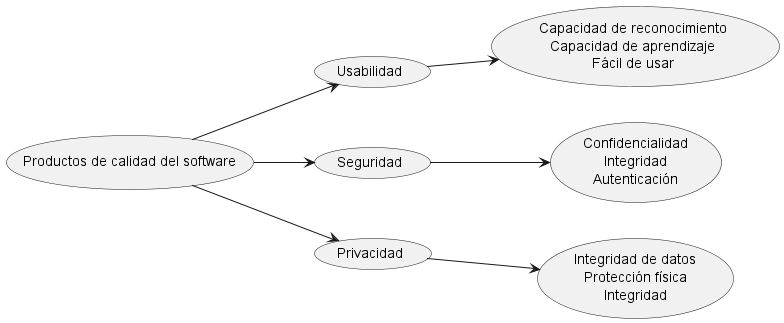
Before: images/Quality tree.png, a diagram exported from PlantUML (Arquisoft/lomap_es5a).
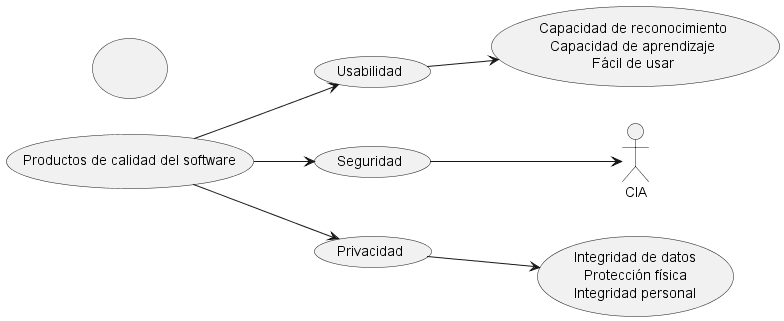
The same diagram one commit later.

Change to the diagram source:
```diff
@@ -5,8 +5,8 @@
 (Seguridad) as (SE)
 (Privacidad) as (PR)
 (Capacidad de reconocimiento\nCapacidad de aprendizaje\nFácil de usar) as (CCF)
-(Confidencialidad\nIntegridad\nAutenticación) as (CIA)
-(Integridad de datos\nProtección física\nIntegridad) as (IPI)
+(Integridad de datos\nProtección física\nIntegridad personal) as (IPI)
+(\n\n) as (AAC)
 
 PDC --> US
 PDC --> SE
```
